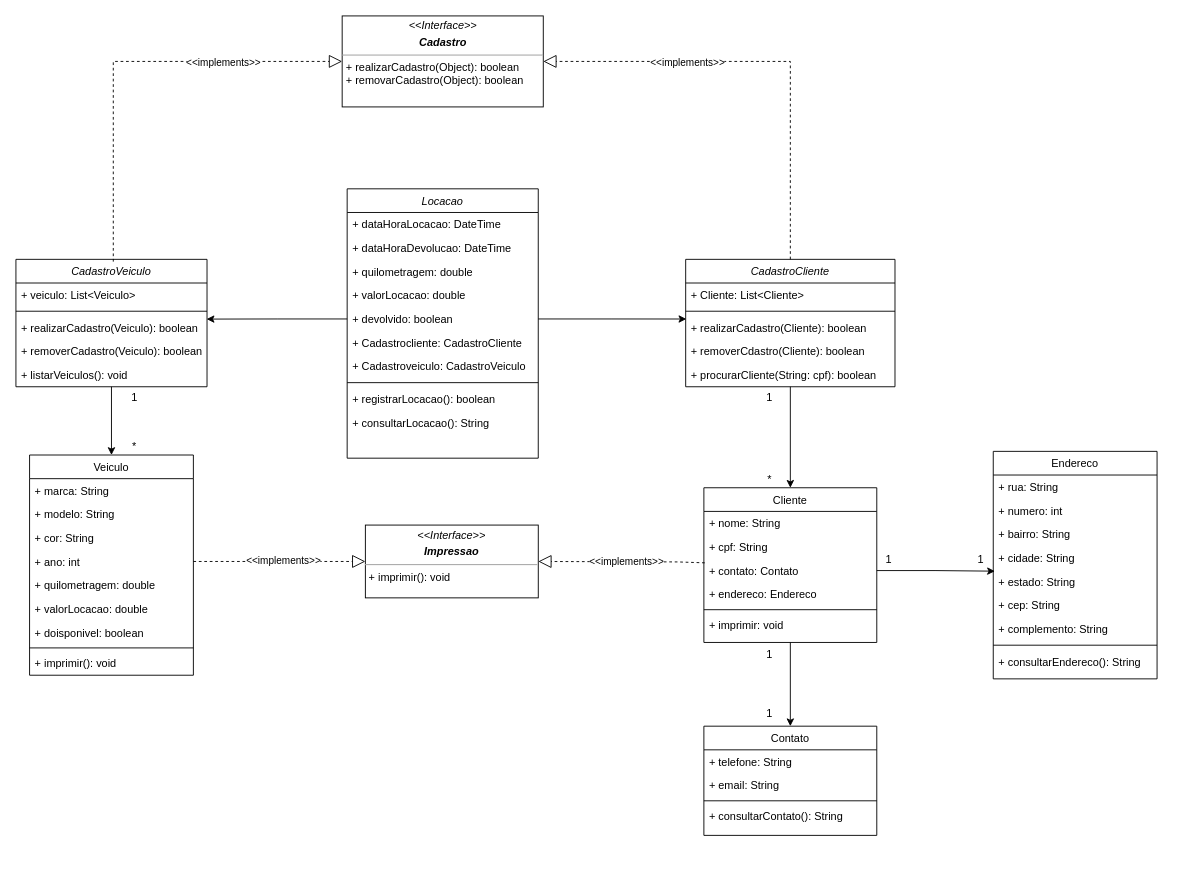
Above: diagrama-de-classes/diagrama-classes-locacao-veiculos.drawio in brunopelliciari/vemser-trabalho-final (draw.io), before the change. Source tidied: cells renumbered, new cells numbered last; positions are measured from the earlier drawing's top-left corner, leaving out a move shared by most shapes. Both pictures are drawn from the tidied source at 91%, with x=0, y=0 at pixel (15, 15).
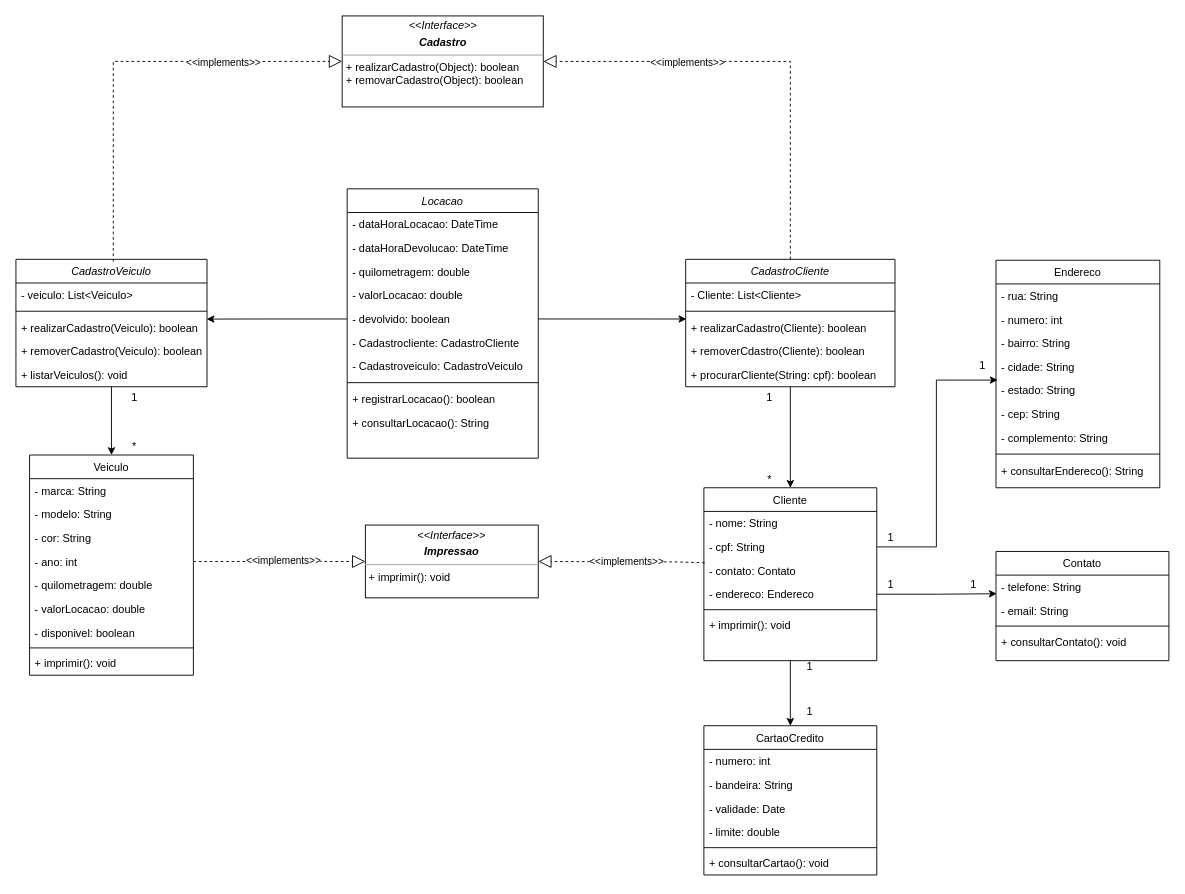
The same diagram, later.

Commit message:
atualizacao: atualizado diagrama de classes

Unchanged cells that the change refers to:
```xml
<mxCell id="2" value="Locacao" style="swimlane;fontStyle=2;align=center;verticalAlign=top;horizontal=1;startSize=26;rounded=0;shadow=0;strokeWidth=1;" parent="1" vertex="1">
  <mxGeometry x="364" y="190" width="210" height="296" as="geometry" />
</mxCell>
<mxCell id="13" value="Veiculo" style="swimlane;fontStyle=0;align=center;verticalAlign=top;horizontal=1;startSize=26;rounded=0;shadow=0;strokeWidth=1;" parent="1" vertex="1">
  <mxGeometry x="15" y="482.5" width="180" height="242" as="geometry" />
</mxCell>
<mxCell id="47" value="CadastroVeiculo" style="swimlane;fontStyle=2;align=center;verticalAlign=top;horizontal=1;startSize=26;rounded=0;shadow=0;strokeWidth=1;" parent="1" vertex="1">
  <mxGeometry y="267.5" width="210" height="140" as="geometry" />
</mxCell>
<mxCell id="54" value="CadastroCliente" style="swimlane;fontStyle=2;align=center;verticalAlign=top;horizontal=1;startSize=26;rounded=0;shadow=0;strokeWidth=1;" parent="1" vertex="1">
  <mxGeometry x="736" y="267.5" width="230" height="140" as="geometry" />
</mxCell>
```

Diff of the diagram source:
```diff
@@
-    <mxCell id="3" value="+ dataHoraLocacao: DateTime" style="text;align=left;verticalAlign=top;spacingLeft=4;spacingRight=4;overflow=hidden;" parent="2" vertex="1">
+    <mxCell id="3" value="- dataHoraLocacao: DateTime" style="text;align=left;verticalAlign=top;spacingLeft=4;spacingRight=4;overflow=hidden;" parent="2" vertex="1">
       <mxGeometry y="26" width="210" height="26" as="geometry" />
     </mxCell>
-    <mxCell id="4" value="+ dataHoraDevolucao: DateTime" style="text;align=left;verticalAlign=top;spacingLeft=4;spacingRight=4;overflow=hidden;rounded=0;shadow=0;html=0;" parent="2" vertex="1">
+    <mxCell id="4" value="- dataHoraDevolucao: DateTime" style="text;align=left;verticalAlign=top;spacingLeft=4;spacingRight=4;overflow=hidden;rounded=0;shadow=0;html=0;" parent="2" vertex="1">
       <mxGeometry y="52" width="210" height="26" as="geometry" />
     </mxCell>
-    <mxCell id="5" value="+ quilometragem: double" style="text;align=left;verticalAlign=top;spacingLeft=4;spacingRight=4;overflow=hidden;rounded=0;shadow=0;html=0;" parent="2" vertex="1">
+    <mxCell id="5" value="- quilometragem: double" style="text;align=left;verticalAlign=top;spacingLeft=4;spacingRight=4;overflow=hidden;rounded=0;shadow=0;html=0;" parent="2" vertex="1">
       <mxGeometry y="78" width="210" height="26" as="geometry" />
     </mxCell>
-    <mxCell id="6" value="+ valorLocacao: double" style="text;align=left;verticalAlign=top;spacingLeft=4;spacingRight=4;overflow=hidden;rounded=0;shadow=0;html=0;" parent="2" vertex="1">
+    <mxCell id="6" value="- valorLocacao: double" style="text;align=left;verticalAlign=top;spacingLeft=4;spacingRight=4;overflow=hidden;rounded=0;shadow=0;html=0;" parent="2" vertex="1">
       <mxGeometry y="104" width="210" height="26" as="geometry" />
     </mxCell>
-    <mxCell id="7" value="+ devolvido: boolean" style="text;align=left;verticalAlign=top;spacingLeft=4;spacingRight=4;overflow=hidden;points=[[0,0.5],[1,0.5]];portConstraint=eastwest;rounded=0;shadow=0;html=0;" parent="2" vertex="1">
+    <mxCell id="7" value="- devolvido: boolean" style="text;align=left;verticalAlign=top;spacingLeft=4;spacingRight=4;overflow=hidden;points=[[0,0.5],[1,0.5]];portConstraint=eastwest;rounded=0;shadow=0;html=0;" parent="2" vertex="1">
       <mxGeometry y="130" width="210" height="26" as="geometry" />
     </mxCell>
-    <mxCell id="8" value="+ Cadastrocliente: CadastroCliente" style="text;align=left;verticalAlign=top;spacingLeft=4;spacingRight=4;overflow=hidden;rounded=0;shadow=0;html=0;" parent="2" vertex="1">
+    <mxCell id="8" value="- Cadastrocliente: CadastroCliente" style="text;align=left;verticalAlign=top;spacingLeft=4;spacingRight=4;overflow=hidden;rounded=0;shadow=0;html=0;" parent="2" vertex="1">
       <mxGeometry y="156" width="210" height="26" as="geometry" />
     </mxCell>
-    <mxCell id="9" value="+ Cadastroveiculo: CadastroVeiculo" style="text;align=left;verticalAlign=top;spacingLeft=4;spacingRight=4;overflow=hidden;rounded=0;shadow=0;html=0;" parent="2" vertex="1">
+    <mxCell id="9" value="- Cadastroveiculo: CadastroVeiculo" style="text;align=left;verticalAlign=top;spacingLeft=4;spacingRight=4;overflow=hidden;rounded=0;shadow=0;html=0;" parent="2" vertex="1">
       <mxGeometry y="182" width="210" height="26" as="geometry" />
     </mxCell>
@@
-    <mxCell id="14" value="+ marca: String" style="text;align=left;verticalAlign=top;spacingLeft=4;spacingRight=4;overflow=hidden;" parent="13" vertex="1">
+    <mxCell id="14" value="- marca: String" style="text;align=left;verticalAlign=top;spacingLeft=4;spacingRight=4;overflow=hidden;" parent="13" vertex="1">
       <mxGeometry y="26" width="180" height="26" as="geometry" />
     </mxCell>
-    <mxCell id="15" value="+ modelo: String" style="text;align=left;verticalAlign=top;spacingLeft=4;spacingRight=4;overflow=hidden;rounded=0;shadow=0;html=0;" parent="13" vertex="1">
+    <mxCell id="15" value="- modelo: String" style="text;align=left;verticalAlign=top;spacingLeft=4;spacingRight=4;overflow=hidden;rounded=0;shadow=0;html=0;" parent="13" vertex="1">
       <mxGeometry y="52" width="180" height="26" as="geometry" />
     </mxCell>
-    <mxCell id="16" value="+ cor: String" style="text;align=left;verticalAlign=top;spacingLeft=4;spacingRight=4;overflow=hidden;" parent="13" vertex="1">
+    <mxCell id="16" value="- cor: String" style="text;align=left;verticalAlign=top;spacingLeft=4;spacingRight=4;overflow=hidden;" parent="13" vertex="1">
       <mxGeometry y="78" width="180" height="26" as="geometry" />
     </mxCell>
-    <mxCell id="17" value="+ ano: int" style="text;align=left;verticalAlign=top;spacingLeft=4;spacingRight=4;overflow=hidden;points=[[0,0.5],[1,0.5]];portConstraint=eastwest;" parent="13" vertex="1">
+    <mxCell id="17" value="- ano: int" style="text;align=left;verticalAlign=top;spacingLeft=4;spacingRight=4;overflow=hidden;points=[[0,0.5],[1,0.5]];portConstraint=eastwest;" parent="13" vertex="1">
       <mxGeometry y="104" width="180" height="26" as="geometry" />
     </mxCell>
-    <mxCell id="18" value="+ quilometragem: double" style="text;align=left;verticalAlign=top;spacingLeft=4;spacingRight=4;overflow=hidden;" parent="13" vertex="1">
+    <mxCell id="18" value="- quilometragem: double" style="text;align=left;verticalAlign=top;spacingLeft=4;spacingRight=4;overflow=hidden;" parent="13" vertex="1">
       <mxGeometry y="130" width="180" height="26" as="geometry" />
     </mxCell>
-    <mxCell id="19" value="+ valorLocacao: double" style="text;align=left;verticalAlign=top;spacingLeft=4;spacingRight=4;overflow=hidden;" parent="13" vertex="1">
+    <mxCell id="19" value="- valorLocacao: double" style="text;align=left;verticalAlign=top;spacingLeft=4;spacingRight=4;overflow=hidden;" parent="13" vertex="1">
       <mxGeometry y="156" width="180" height="26" as="geometry" />
     </mxCell>
-    <mxCell id="20" value="+ doisponivel: boolean" style="text;align=left;verticalAlign=top;spacingLeft=4;spacingRight=4;overflow=hidden;" parent="13" vertex="1">
+    <mxCell id="20" value="- disponivel: boolean" style="text;align=left;verticalAlign=top;spacingLeft=4;spacingRight=4;overflow=hidden;" parent="13" vertex="1">
       <mxGeometry y="182" width="180" height="26" as="geometry" />
     </mxCell>
@@
     <mxCell id="23" value="Endereco" style="swimlane;fontStyle=0;align=center;verticalAlign=top;horizontal=1;startSize=26;rounded=0;shadow=0;strokeWidth=1;" parent="1" vertex="1">
-      <mxGeometry x="1074" y="478.5" width="180" height="250" as="geometry" />
+      <mxGeometry x="1077" y="268.5" width="180" height="250" as="geometry" />
     </mxCell>
-    <mxCell id="24" value="+ rua: String" style="text;align=left;verticalAlign=top;spacingLeft=4;spacingRight=4;overflow=hidden;rounded=0;shadow=0;html=0;" parent="23" vertex="1">
+    <mxCell id="24" value="- rua: String" style="text;align=left;verticalAlign=top;spacingLeft=4;spacingRight=4;overflow=hidden;rounded=0;shadow=0;html=0;" parent="23" vertex="1">
       <mxGeometry y="26" width="180" height="26" as="geometry" />
     </mxCell>
-    <mxCell id="25" value="+ numero: int" style="text;align=left;verticalAlign=top;spacingLeft=4;spacingRight=4;overflow=hidden;rounded=0;shadow=0;html=0;" parent="23" vertex="1">
+    <mxCell id="25" value="- numero: int" style="text;align=left;verticalAlign=top;spacingLeft=4;spacingRight=4;overflow=hidden;rounded=0;shadow=0;html=0;" parent="23" vertex="1">
       <mxGeometry y="52" width="180" height="26" as="geometry" />
     </mxCell>
-    <mxCell id="26" value="+ bairro: String" style="text;align=left;verticalAlign=top;spacingLeft=4;spacingRight=4;overflow=hidden;rounded=0;shadow=0;html=0;" parent="23" vertex="1">
+    <mxCell id="26" value="- bairro: String" style="text;align=left;verticalAlign=top;spacingLeft=4;spacingRight=4;overflow=hidden;rounded=0;shadow=0;html=0;" parent="23" vertex="1">
       <mxGeometry y="78" width="180" height="26" as="geometry" />
     </mxCell>
-    <mxCell id="27" value="+ cidade: String" style="text;align=left;verticalAlign=top;spacingLeft=4;spacingRight=4;overflow=hidden;" parent="23" vertex="1">
+    <mxCell id="27" value="- cidade: String" style="text;align=left;verticalAlign=top;spacingLeft=4;spacingRight=4;overflow=hidden;" parent="23" vertex="1">
       <mxGeometry y="104" width="180" height="26" as="geometry" />
     </mxCell>
-    <mxCell id="28" value="+ estado: String" style="text;align=left;verticalAlign=top;spacingLeft=4;spacingRight=4;overflow=hidden;points=[[0,0.5],[1,0.5]];portConstraint=eastwest;" parent="23" vertex="1">
+    <mxCell id="28" value="- estado: String" style="text;align=left;verticalAlign=top;spacingLeft=4;spacingRight=4;overflow=hidden;points=[[0,0.5],[1,0.5]];portConstraint=eastwest;" parent="23" vertex="1">
       <mxGeometry y="130" width="180" height="26" as="geometry" />
     </mxCell>
-    <mxCell id="29" value="+ cep: String" style="text;align=left;verticalAlign=top;spacingLeft=4;spacingRight=4;overflow=hidden;" parent="23" vertex="1">
+    <mxCell id="29" value="- cep: String" style="text;align=left;verticalAlign=top;spacingLeft=4;spacingRight=4;overflow=hidden;" parent="23" vertex="1">
       <mxGeometry y="156" width="180" height="26" as="geometry" />
     </mxCell>
-    <mxCell id="30" value="+ complemento: String" style="text;align=left;verticalAlign=top;spacingLeft=4;spacingRight=4;overflow=hidden;" parent="23" vertex="1">
+    <mxCell id="30" value="- complemento: String" style="text;align=left;verticalAlign=top;spacingLeft=4;spacingRight=4;overflow=hidden;" parent="23" vertex="1">
       <mxGeometry y="182" width="180" height="26" as="geometry" />
     </mxCell>
@@
-    <mxCell id="33" style="edgeStyle=orthogonalEdgeStyle;rounded=0;jettySize=auto;html=1;entryX=0.5;entryY=0;entryDx=0;entryDy=0;" parent="1" edge="1" source="34" target="41">
-      <mxGeometry relative="1" as="geometry" />
-    </mxCell>
+    <mxCell id="81" style="edgeStyle=orthogonalEdgeStyle;rounded=0;jettySize=auto;html=1;entryX=0.5;entryY=0;entryDx=0;entryDy=0;" parent="1" edge="1" source="34" target="85">
+      <mxGeometry relative="1" as="geometry" />
+    </mxCell>
     <mxCell id="34" value="Cliente" style="swimlane;fontStyle=0;align=center;verticalAlign=top;horizontal=1;startSize=26;rounded=0;shadow=0;strokeWidth=1;" parent="1" vertex="1">
-      <mxGeometry x="756" y="518.5" width="190" height="170" as="geometry" />
+      <mxGeometry x="756" y="518.5" width="190" height="190" as="geometry" />
     </mxCell>
-    <mxCell id="35" value="+ nome: String" style="text;align=left;verticalAlign=top;spacingLeft=4;spacingRight=4;overflow=hidden;" parent="34" vertex="1">
+    <mxCell id="35" value="- nome: String" style="text;align=left;verticalAlign=top;spacingLeft=4;spacingRight=4;overflow=hidden;" parent="34" vertex="1">
       <mxGeometry y="26" width="190" height="26" as="geometry" />
     </mxCell>
-    <mxCell id="36" value="+ cpf: String" style="text;align=left;verticalAlign=top;spacingLeft=4;spacingRight=4;overflow=hidden;points=[[0,0.5],[1,0.5]];portConstraint=eastwest;rounded=0;shadow=0;html=0;" parent="34" vertex="1">
+    <mxCell id="36" value="- cpf: String" style="text;align=left;verticalAlign=top;spacingLeft=4;spacingRight=4;overflow=hidden;points=[[0,0.5],[1,0.5]];portConstraint=eastwest;rounded=0;shadow=0;html=0;" parent="34" vertex="1">
       <mxGeometry y="52" width="190" height="26" as="geometry" />
     </mxCell>
-    <mxCell id="37" value="+ contato: Contato" style="text;align=left;verticalAlign=top;spacingLeft=4;spacingRight=4;overflow=hidden;points=[[0,0.5],[1,0.5]];portConstraint=eastwest;rounded=0;shadow=0;html=0;" parent="34" vertex="1">
+    <mxCell id="37" value="- contato: Contato" style="text;align=left;verticalAlign=top;spacingLeft=4;spacingRight=4;overflow=hidden;points=[[0,0.5],[1,0.5]];portConstraint=eastwest;rounded=0;shadow=0;html=0;" parent="34" vertex="1">
       <mxGeometry y="78" width="190" height="26" as="geometry" />
     </mxCell>
-    <mxCell id="38" value="+ endereco: Endereco" style="text;align=left;verticalAlign=top;spacingLeft=4;spacingRight=4;overflow=hidden;points=[[0,0.5],[1,0.5]];portConstraint=eastwest;rounded=0;shadow=0;html=0;" parent="34" vertex="1">
+    <mxCell id="38" value="- endereco: Endereco" style="text;align=left;verticalAlign=top;spacingLeft=4;spacingRight=4;overflow=hidden;points=[[0,0.5],[1,0.5]];portConstraint=eastwest;rounded=0;shadow=0;html=0;" parent="34" vertex="1">
       <mxGeometry y="104" width="190" height="26" as="geometry" />
     </mxCell>
@@
-    <mxCell id="40" value="+ imprimir: void&#10;" style="text;align=left;verticalAlign=top;spacingLeft=4;spacingRight=4;overflow=hidden;" parent="34" vertex="1">
+    <mxCell id="40" value="+ imprimir(): void&#10;" style="text;align=left;verticalAlign=top;spacingLeft=4;spacingRight=4;overflow=hidden;" parent="34" vertex="1">
       <mxGeometry y="138" width="190" height="26" as="geometry" />
     </mxCell>
     <mxCell id="41" value="Contato" style="swimlane;fontStyle=0;align=center;verticalAlign=top;horizontal=1;startSize=26;rounded=0;shadow=0;strokeWidth=1;" parent="1" vertex="1">
-      <mxGeometry x="756" y="780.5" width="190" height="120" as="geometry" />
+      <mxGeometry x="1077" y="588.5" width="190" height="120" as="geometry" />
     </mxCell>
-    <mxCell id="42" value="+ telefone: String" style="text;align=left;verticalAlign=top;spacingLeft=4;spacingRight=4;overflow=hidden;points=[[0,0.5],[1,0.5]];portConstraint=eastwest;" parent="41" vertex="1">
+    <mxCell id="42" value="- telefone: String" style="text;align=left;verticalAlign=top;spacingLeft=4;spacingRight=4;overflow=hidden;points=[[0,0.5],[1,0.5]];portConstraint=eastwest;" parent="41" vertex="1">
       <mxGeometry y="26" width="190" height="26" as="geometry" />
     </mxCell>
-    <mxCell id="43" value="+ email: String" style="text;align=left;verticalAlign=top;spacingLeft=4;spacingRight=4;overflow=hidden;rounded=0;shadow=0;html=0;" parent="41" vertex="1">
+    <mxCell id="43" value="- email: String" style="text;align=left;verticalAlign=top;spacingLeft=4;spacingRight=4;overflow=hidden;rounded=0;shadow=0;html=0;" parent="41" vertex="1">
       <mxGeometry y="52" width="190" height="26" as="geometry" />
     </mxCell>
@@
-    <mxCell id="45" value="+ consultarContato(): String&#10;" style="text;align=left;verticalAlign=top;spacingLeft=4;spacingRight=4;overflow=hidden;" parent="41" vertex="1">
+    <mxCell id="45" value="+ consultarContato(): void&#10;" style="text;align=left;verticalAlign=top;spacingLeft=4;spacingRight=4;overflow=hidden;" parent="41" vertex="1">
       <mxGeometry y="86" width="190" height="26" as="geometry" />
     </mxCell>
@@
-    <mxCell id="48" value="+ veiculo: List&lt;Veiculo&gt;" style="text;align=left;verticalAlign=top;spacingLeft=4;spacingRight=4;overflow=hidden;" parent="47" vertex="1">
+    <mxCell id="48" value="- veiculo: List&lt;Veiculo&gt;" style="text;align=left;verticalAlign=top;spacingLeft=4;spacingRight=4;overflow=hidden;" parent="47" vertex="1">
       <mxGeometry y="26" width="210" height="26" as="geometry" />
     </mxCell>
@@
-    <mxCell id="55" value="+ Cliente: List&lt;Cliente&gt;" style="text;align=left;verticalAlign=top;spacingLeft=4;spacingRight=4;overflow=hidden;" parent="54" vertex="1">
+    <mxCell id="55" value="- Cliente: List&lt;Cliente&gt;" style="text;align=left;verticalAlign=top;spacingLeft=4;spacingRight=4;overflow=hidden;" parent="54" vertex="1">
       <mxGeometry y="26" width="230" height="26" as="geometry" />
     </mxCell>
@@
-    <mxCell id="63" style="edgeStyle=orthogonalEdgeStyle;rounded=0;jettySize=auto;html=1;entryX=0.01;entryY=0.064;entryDx=0;entryDy=0;entryPerimeter=0;" parent="1" edge="1" source="37" target="28">
+    <mxCell id="63" style="edgeStyle=orthogonalEdgeStyle;rounded=0;jettySize=auto;html=1;entryX=0.01;entryY=0.064;entryDx=0;entryDy=0;entryPerimeter=0;exitX=1;exitY=0.5;exitDx=0;exitDy=0;" parent="1" edge="1" source="36" target="28">
       <mxGeometry relative="1" as="geometry" />
     </mxCell>
@@
     <mxCell id="67" value="1" style="text;html=1;align=center;verticalAlign=middle;strokeColor=none;fillColor=none;" parent="1" vertex="1">
-      <mxGeometry x="813" y="751.5" width="30" height="30" as="geometry" />
+      <mxGeometry x="1037" y="609.5" width="30" height="30" as="geometry" />
     </mxCell>
     <mxCell id="68" value="1" style="text;html=1;align=center;verticalAlign=middle;strokeColor=none;fillColor=none;" parent="1" vertex="1">
-      <mxGeometry x="813" y="686.5" width="30" height="30" as="geometry" />
+      <mxGeometry x="946" y="609.5" width="30" height="30" as="geometry" />
     </mxCell>
-    <mxCell id="69" value="1" style="text;html=1;align=center;verticalAlign=middle;strokeColor=none;fillColor=none;" parent="1" vertex="1">
-      <mxGeometry x="944" y="583" width="30" height="30" as="geometry" />
-    </mxCell>
-    <mxCell id="70" value="1" style="text;html=1;align=center;verticalAlign=middle;strokeColor=none;fillColor=none;" parent="1" vertex="1">
-      <mxGeometry x="1045" y="583" width="30" height="30" as="geometry" />
-    </mxCell>
@@
+    <mxCell id="82" style="edgeStyle=orthogonalEdgeStyle;rounded=0;jettySize=auto;html=1;entryX=0.004;entryY=0.786;entryDx=0;entryDy=0;entryPerimeter=0;" parent="1" edge="1" source="38" target="42">
+      <mxGeometry relative="1" as="geometry" />
+    </mxCell>
+    <mxCell id="83" value="1" style="text;html=1;align=center;verticalAlign=middle;strokeColor=none;fillColor=none;" parent="1" vertex="1">
+      <mxGeometry x="946" y="558.5" width="30" height="30" as="geometry" />
+    </mxCell>
+    <mxCell id="84" value="1" style="text;html=1;align=center;verticalAlign=middle;strokeColor=none;fillColor=none;" parent="1" vertex="1">
+      <mxGeometry x="1047" y="370" width="30" height="30" as="geometry" />
+    </mxCell>
+    <mxCell id="85" value="CartaoCredito" style="swimlane;fontStyle=0;align=center;verticalAlign=top;horizontal=1;startSize=26;rounded=0;shadow=0;strokeWidth=1;" parent="1" vertex="1">
+      <mxGeometry x="756" y="780" width="190" height="164" as="geometry" />
+    </mxCell>
+    <mxCell id="86" value="- numero: int" style="text;align=left;verticalAlign=top;spacingLeft=4;spacingRight=4;overflow=hidden;" parent="85" vertex="1">
+      <mxGeometry y="26" width="190" height="26" as="geometry" />
+    </mxCell>
+    <mxCell id="87" value="- bandeira: String" style="text;align=left;verticalAlign=top;spacingLeft=4;spacingRight=4;overflow=hidden;rounded=0;shadow=0;html=0;" parent="85" vertex="1">
+      <mxGeometry y="52" width="190" height="26" as="geometry" />
+    </mxCell>
+    <mxCell id="88" value="- validade: Date" style="text;align=left;verticalAlign=top;spacingLeft=4;spacingRight=4;overflow=hidden;rounded=0;shadow=0;html=0;" parent="85" vertex="1">
+      <mxGeometry y="78" width="190" height="26" as="geometry" />
+    </mxCell>
+    <mxCell id="89" value="- limite: double" style="text;align=left;verticalAlign=top;spacingLeft=4;spacingRight=4;overflow=hidden;rounded=0;shadow=0;html=0;" parent="85" vertex="1">
+      <mxGeometry y="104" width="190" height="26" as="geometry" />
+    </mxCell>
+    <mxCell id="90" style="line;html=1;strokeWidth=1;align=left;verticalAlign=middle;spacingTop=-1;spacingLeft=3;spacingRight=3;labelPosition=right;" parent="85" vertex="1">
+      <mxGeometry y="130" width="190" height="8" as="geometry" />
+    </mxCell>
+    <mxCell id="91" value="+ consultarCartao(): void&#10;" style="text;align=left;verticalAlign=top;spacingLeft=4;spacingRight=4;overflow=hidden;" parent="85" vertex="1">
+      <mxGeometry y="138" width="190" height="26" as="geometry" />
+    </mxCell>
+    <mxCell id="92" value="1" style="text;html=1;align=center;verticalAlign=middle;strokeColor=none;fillColor=none;" parent="1" vertex="1">
+      <mxGeometry x="857" y="750" width="30" height="30" as="geometry" />
+    </mxCell>
+    <mxCell id="93" value="1" style="text;html=1;align=center;verticalAlign=middle;strokeColor=none;fillColor=none;" parent="1" vertex="1">
+      <mxGeometry x="857" y="700" width="30" height="30" as="geometry" />
+    </mxCell>
```
